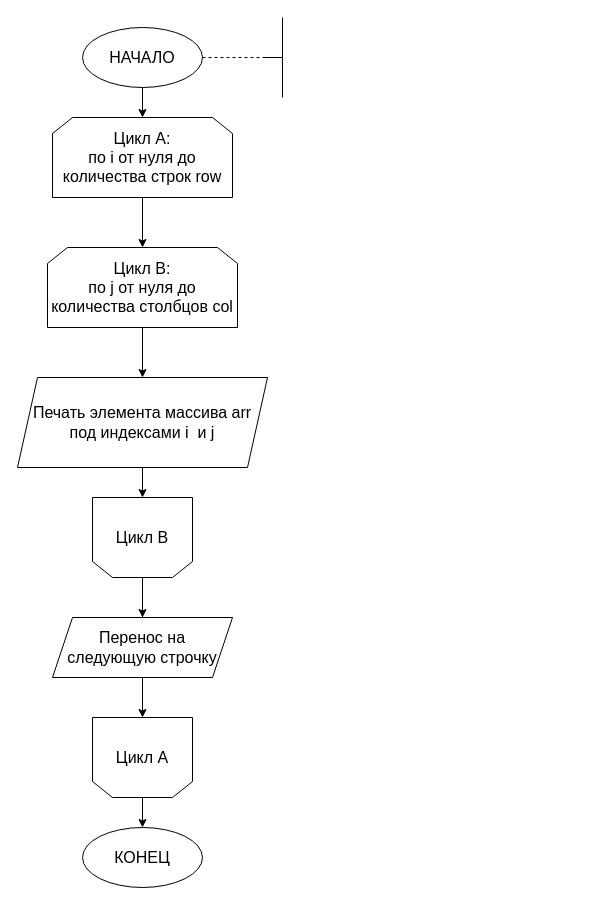
Before: lr 2.2/text/print_matrix.drawio in eldarbr/silver-funicular, a draw.io diagram. Source tidied: cells renumbered, new cells numbered last; positions are measured from the earlier drawing's top-left corner, leaving out a move shared by most shapes. Both pictures are drawn from the tidied source at 100%, with x=0, y=0 at pixel (17, 17).
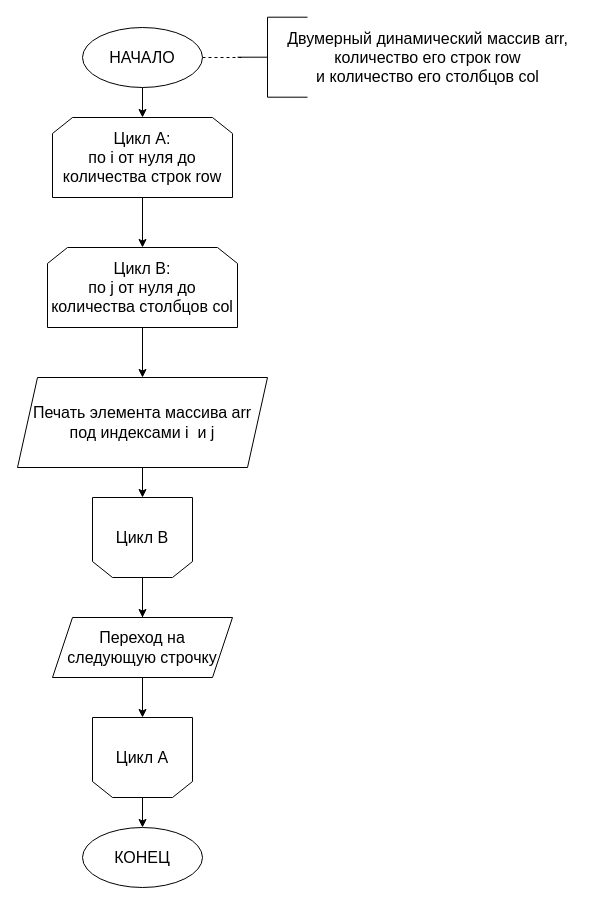
Above is the later version.

Unchanged cells that the change refers to:
```xml
<mxCell id="3" value="НАЧАЛО" style="ellipse;whiteSpace=wrap;html=1;fontSize=16;" parent="1" vertex="1">
  <mxGeometry x="65" y="10" width="120" height="60" as="geometry" />
</mxCell>
```

The edit, as a diff of the source:
```diff
@@
-    <mxCell id="13" value="Перенос на следующую строчку" style="shape=parallelogram;perimeter=parallelogramPerimeter;whiteSpace=wrap;html=1;fixedSize=1;fontSize=16;" parent="1" vertex="1">
+    <mxCell id="13" value="Переход на следующую строчку" style="shape=parallelogram;perimeter=parallelogramPerimeter;whiteSpace=wrap;html=1;fixedSize=1;fontSize=16;" parent="1" vertex="1">
       <mxGeometry x="35" y="600" width="180" height="60" as="geometry" />
     </mxCell>
@@
-    <mxCell id="17" style="endArrow=none;dashed=1;html=1;rounded=0;fontSize=16;exitX=1;exitY=0.5;exitDx=0;exitDy=0;" parent="1" edge="1" source="3">
-      <mxGeometry relative="1" as="geometry">
-        <mxPoint x="245" y="40" as="targetPoint" />
-      </mxGeometry>
-    </mxCell>
-    <mxCell id="18" style="endArrow=none;html=1;rounded=0;fontSize=16;" parent="1" edge="1">
-      <mxGeometry relative="1" as="geometry">
-        <mxPoint x="245" y="40" as="sourcePoint" />
-        <mxPoint x="265" y="40" as="targetPoint" />
-      </mxGeometry>
-    </mxCell>
-    <mxCell id="19" style="endArrow=none;html=1;rounded=0;fontSize=16;" parent="1" edge="1">
-      <mxGeometry relative="1" as="geometry">
-        <mxPoint x="265" as="sourcePoint" />
-        <mxPoint x="265" y="80" as="targetPoint" />
-      </mxGeometry>
-    </mxCell>
+    <mxCell id="20" style="endArrow=none;html=1;rounded=0;fontSize=16;" parent="1" edge="1">
+      <mxGeometry relative="1" as="geometry">
+        <mxPoint x="250" y="39.7" as="sourcePoint" />
+        <mxPoint x="220" y="39.7" as="targetPoint" />
+      </mxGeometry>
+    </mxCell>
+    <mxCell id="21" style="endArrow=none;html=1;rounded=0;fontSize=16;" parent="1" edge="1">
+      <mxGeometry relative="1" as="geometry">
+        <mxPoint x="250" y="79.7" as="sourcePoint" />
+        <mxPoint x="250" y="-0.3" as="targetPoint" />
+      </mxGeometry>
+    </mxCell>
+    <mxCell id="22" value="Двумерный динамический массив arr,&lt;br&gt;количество его строк row &lt;br&gt;и количество его столбцов col" style="text;html=1;align=center;verticalAlign=middle;strokeColor=none;fillColor=none;fontSize=16;" parent="1" vertex="1">
+      <mxGeometry x="260" y="9.7" width="300" height="60" as="geometry" />
+    </mxCell>
+    <mxCell id="23" style="endArrow=none;html=1;rounded=0;fontSize=16;" parent="1" edge="1">
+      <mxGeometry relative="1" as="geometry">
+        <mxPoint x="290" y="-0.3" as="sourcePoint" />
+        <mxPoint x="250" y="-0.3" as="targetPoint" />
+      </mxGeometry>
+    </mxCell>
+    <mxCell id="24" style="endArrow=none;html=1;rounded=0;fontSize=16;" parent="1" edge="1">
+      <mxGeometry relative="1" as="geometry">
+        <mxPoint x="290" y="79.7" as="sourcePoint" />
+        <mxPoint x="250" y="79.7" as="targetPoint" />
+      </mxGeometry>
+    </mxCell>
+    <mxCell id="25" style="endArrow=none;dashed=1;html=1;rounded=0;exitX=1;exitY=0.5;exitDx=0;exitDy=0;" parent="1" edge="1" source="3">
+      <mxGeometry relative="1" as="geometry">
+        <mxPoint x="225" y="40" as="targetPoint" />
+      </mxGeometry>
+    </mxCell>
```
